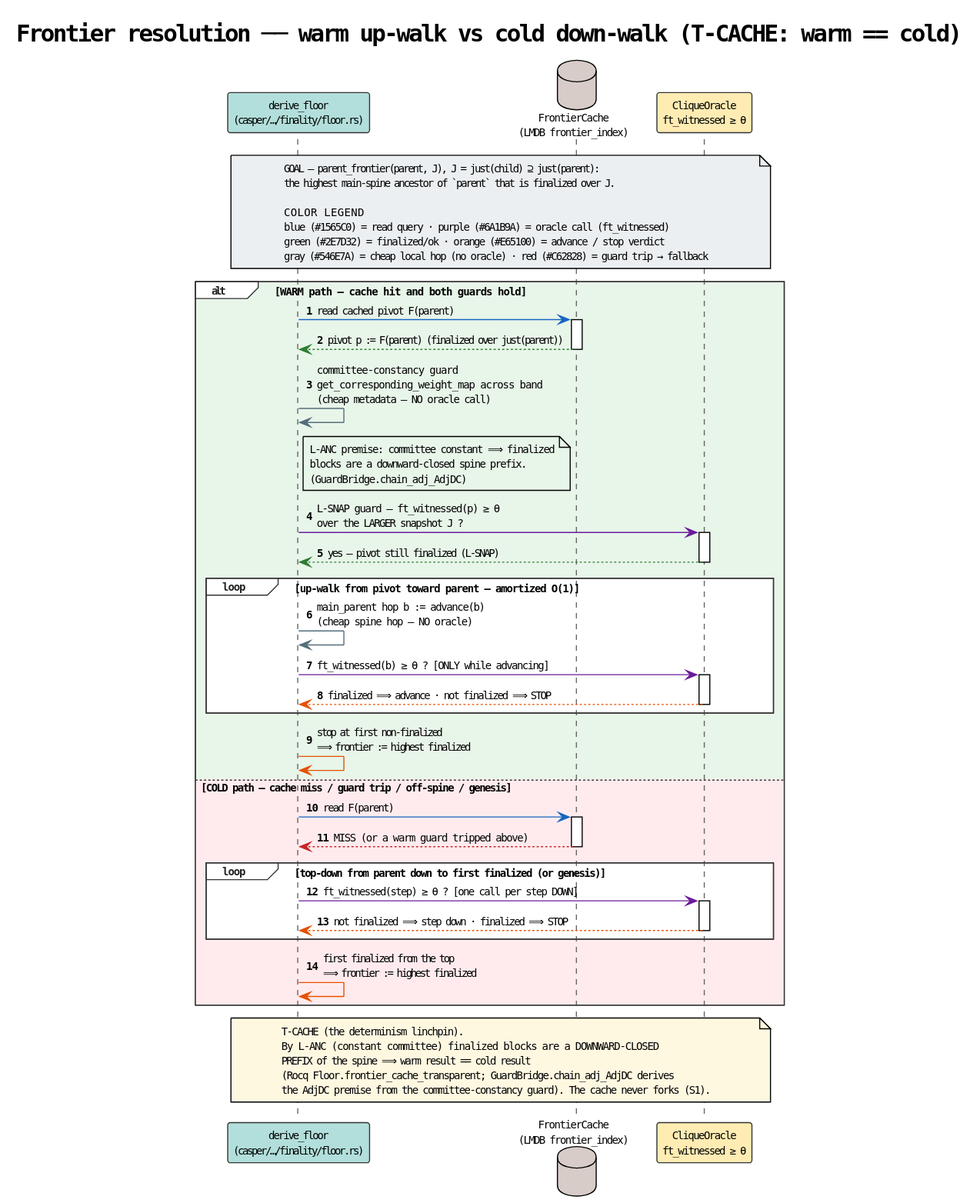
The PlantUML diagram docs/theory/finalized-floor/diagrams/02-seq-warm-vs-cold-walk.svg in F1R3FLY-io/f1r3node-rust, before a commit. Its diagram source:
```plantuml
@startuml
!theme plain

title Frontier resolution ── warm up-walk vs cold down-walk (T-CACHE: warm == cold)

skinparam sequence {
  ArrowColor              #444444
  LifeLineBorderColor     #666666
  ParticipantBorderColor  #333333
  NoteBorderColor         #666666
  NoteBackgroundColor     #FFF8E1
  GroupBorderColor        #333333
  GroupHeaderFontColor    #222222
  DividerBackgroundColor  #ECEFF1
}
skinparam defaultFontName "monospace"
skinparam defaultFontSize 10

autonumber

participant "derive_floor\n(casper/…/finality/floor.rs)"        as DF #B2DFDB
database    "FrontierCache\n(LMDB frontier_index)"               as FC #D7CCC8
participant "CliqueOracle\nft_witnessed ≥ θ"                     as OR #FFECB3

note over DF, OR #ECEFF1
  GOAL — parent_frontier(parent, J), J = just(child) ⊇ just(parent):
  the highest main-spine ancestor of `parent` that is finalized over J.

  COLOR LEGEND
  blue (#1565C0) = read query    ·  purple (#6A1B9A) = oracle call (ft_witnessed)
  green (#2E7D32) = finalized/ok  ·  orange (#E65100) = advance / stop verdict
  gray (#546E7A) = cheap local hop (no oracle)  ·  red (#C62828) = guard trip → fallback
end note

alt #E8F5E9 WARM path — cache hit and both guards hold

  DF -[#1565C0]> FC ++ : read cached pivot F(parent)
  FC -[#2E7D32]-> DF -- : pivot p := F(parent)  (finalized over just(parent))

  DF -[#546E7A]> DF : committee-constancy guard\nget_corresponding_weight_map across band\n(cheap metadata — NO oracle call)
  note right of DF #E8F5E9
    L-ANC premise: committee constant ⟹ finalized
    blocks are a downward-closed spine prefix.
    (GuardBridge.chain_adj_AdjDC)
  end note

  DF -[#6A1B9A]> OR ++ : L-SNAP guard — ft_witnessed(p) ≥ θ\nover the LARGER snapshot J ?
  OR -[#2E7D32]-> DF -- : yes — pivot still finalized  (L-SNAP)

  loop up-walk from pivot toward parent — amortized O(1)
    DF -[#546E7A]> DF : main_parent hop  b := advance(b)\n(cheap spine hop — NO oracle)
    DF -[#6A1B9A]> OR ++ : ft_witnessed(b) ≥ θ ?   [ONLY while advancing]
    OR -[#E65100]-> DF -- : finalized ⟹ advance · not finalized ⟹ STOP
  end
  DF -[#E65100]> DF : stop at first non-finalized\n⟹ frontier := highest finalized

else #FFEBEE COLD path — cache miss / guard trip / off-spine / genesis

  DF -[#1565C0]> FC ++ : read F(parent)
  FC -[#C62828]-> DF -- : MISS  (or a warm guard tripped above)
  loop top-down from parent down to first finalized (or genesis)
    DF -[#6A1B9A]> OR ++ : ft_witnessed(step) ≥ θ ?   [one call per step DOWN]
    OR -[#E65100]-> DF -- : not finalized ⟹ step down · finalized ⟹ STOP
  end
  DF -[#E65100]> DF : first finalized from the top\n⟹ frontier := highest finalized

end

note over DF, OR #FFF8E1
  T-CACHE (the determinism linchpin).
  By L-ANC (constant committee) finalized blocks are a DOWNWARD-CLOSED
  PREFIX of the spine ⟹ warm result == cold result
  (Rocq Floor.frontier_cache_transparent; GuardBridge.chain_adj_AdjDC derives
  the AdjDC premise from the committee-constancy guard). The cache never forks (S1).
end note
@enduml
```
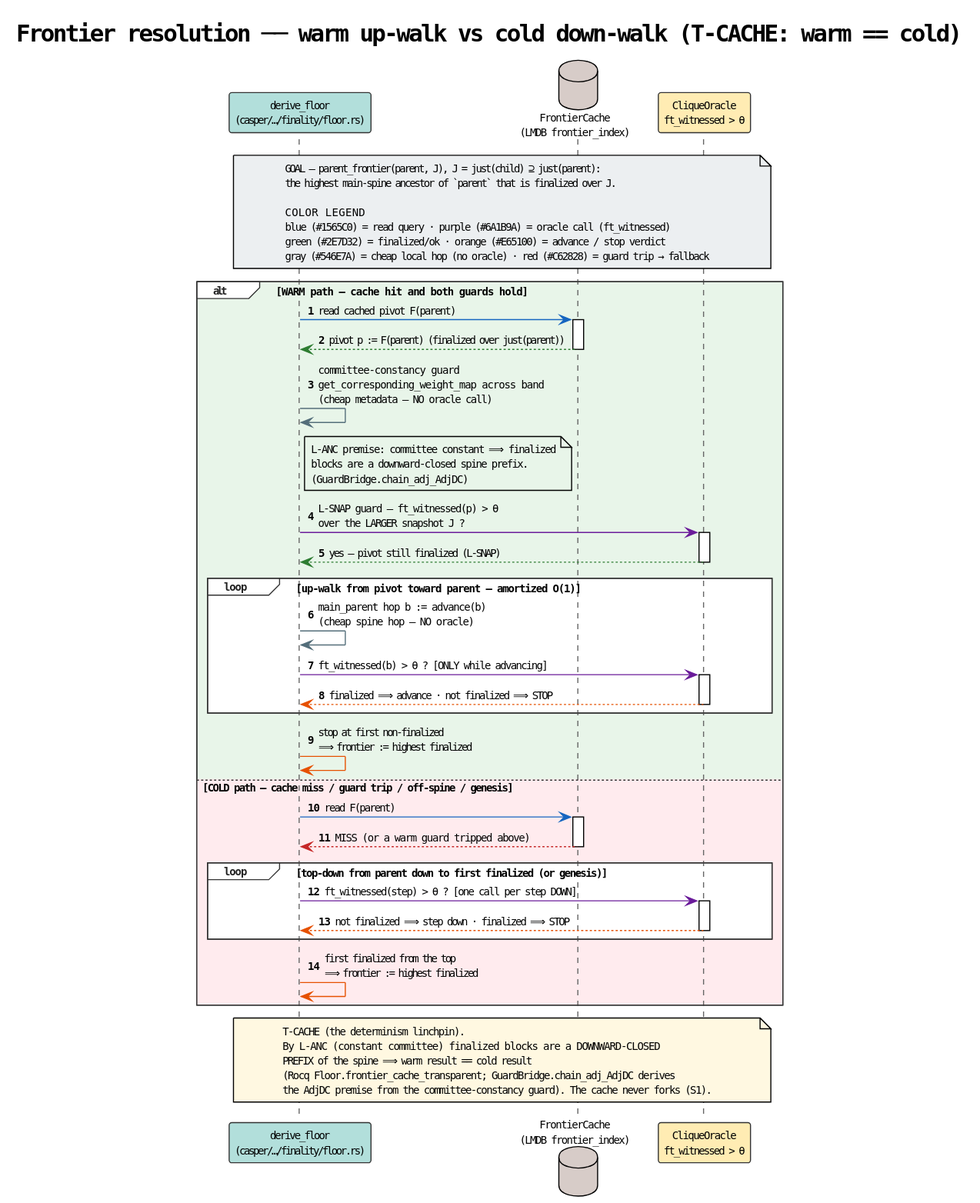
The same file after the commit.

What changed in the source:
```diff
@@ -20,7 +20,7 @@
 
 participant "derive_floor\n(casper/…/finality/floor.rs)"        as DF #B2DFDB
 database    "FrontierCache\n(LMDB frontier_index)"               as FC #D7CCC8
-participant "CliqueOracle\nft_witnessed ≥ θ"                     as OR #FFECB3
+participant "CliqueOracle\nft_witnessed > θ"                     as OR #FFECB3
 
 note over DF, OR #ECEFF1
   GOAL — parent_frontier(parent, J), J = just(child) ⊇ just(parent):
@@ -44,12 +44,12 @@
     (GuardBridge.chain_adj_AdjDC)
   end note
 
-  DF -[#6A1B9A]> OR ++ : L-SNAP guard — ft_witnessed(p) ≥ θ\nover the LARGER snapshot J ?
+  DF -[#6A1B9A]> OR ++ : L-SNAP guard — ft_witnessed(p) > θ\nover the LARGER snapshot J ?
   OR -[#2E7D32]-> DF -- : yes — pivot still finalized  (L-SNAP)
 
   loop up-walk from pivot toward parent — amortized O(1)
     DF -[#546E7A]> DF : main_parent hop  b := advance(b)\n(cheap spine hop — NO oracle)
-    DF -[#6A1B9A]> OR ++ : ft_witnessed(b) ≥ θ ?   [ONLY while advancing]
+    DF -[#6A1B9A]> OR ++ : ft_witnessed(b) > θ ?   [ONLY while advancing]
     OR -[#E65100]-> DF -- : finalized ⟹ advance · not finalized ⟹ STOP
   end
   DF -[#E65100]> DF : stop at first non-finalized\n⟹ frontier := highest finalized
@@ -59,7 +59,7 @@
   DF -[#1565C0]> FC ++ : read F(parent)
   FC -[#C62828]-> DF -- : MISS  (or a warm guard tripped above)
   loop top-down from parent down to first finalized (or genesis)
-    DF -[#6A1B9A]> OR ++ : ft_witnessed(step) ≥ θ ?   [one call per step DOWN]
+    DF -[#6A1B9A]> OR ++ : ft_witnessed(step) > θ ?   [one call per step DOWN]
     OR -[#E65100]-> DF -- : not finalized ⟹ step down · finalized ⟹ STOP
   end
   DF -[#E65100]> DF : first finalized from the top\n⟹ frontier := highest finalized
```
